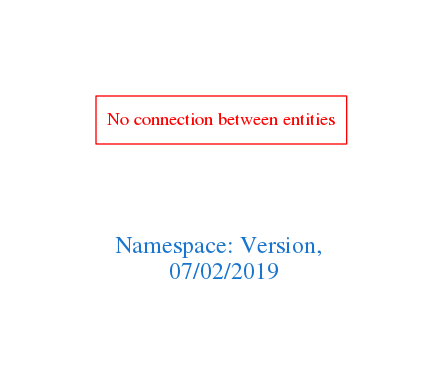
Earlier version of the Graphviz export downloads/Version.png (arago/OGIT). Its source is kept beside it as downloads/Version.dot.
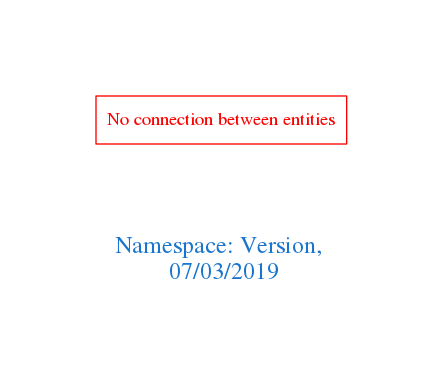
Later version of the same file.

Change to the diagram source:
```diff
@@ -1,7 +1,7 @@
 digraph OGIT_ontology {
  graph [ rankdir= LR,pad=1
 fontsize = 18,
-fontcolor= dodgerblue3,label = "\n\n\nNamespace: Version, \n 07/02/2019"];
+fontcolor= dodgerblue3,label = "\n\n\nNamespace: Version, \n 07/03/2019"];
 node[shape=polygon];
 edge [  color="gray81"];
 
```
